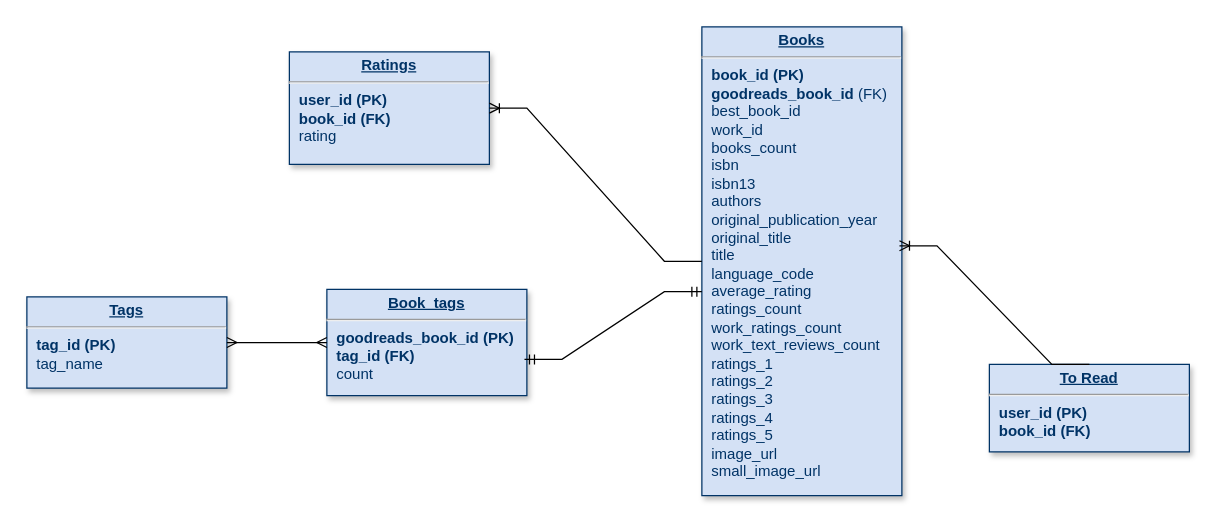
This is Untitled Diagram.drawio from Yara484/Proejcts-Architectures, a draw.io file, before an edit. Source tidied: cells renumbered, new cells numbered last; positions are measured from the earlier drawing's top-left corner, leaving out a move shared by most shapes. Both pictures are drawn from the tidied source at 125%, with x=0, y=0 at pixel (26, 26).
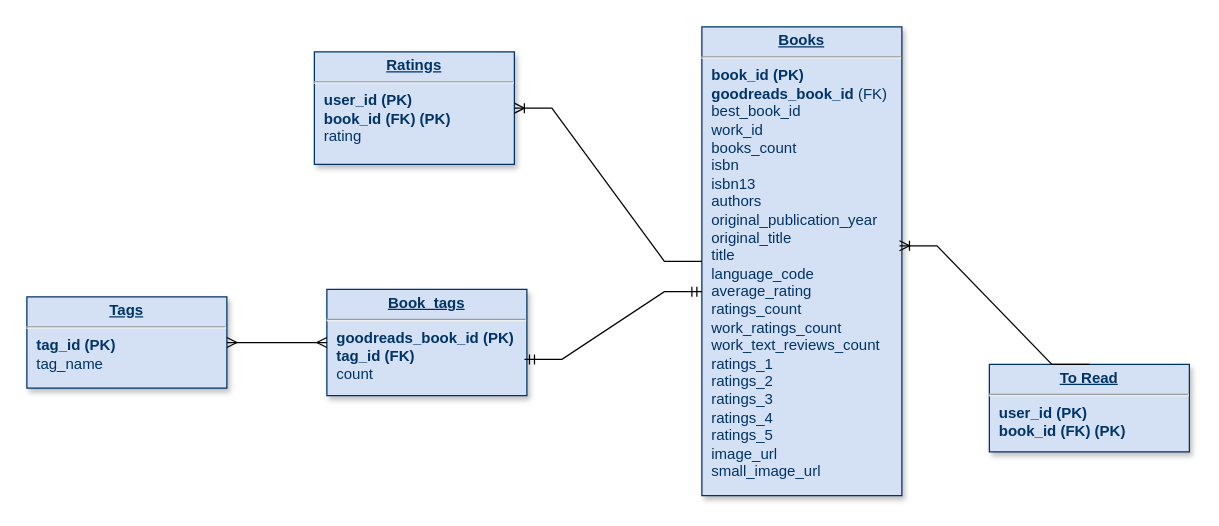
Above is the later version.

Diff of the diagram source:
```diff
@@
 <mxGraphModel>
   <root>
     <mxCell id="0" />
     <mxCell id="1" parent="0" />
-    <mxCell id="2" value="&lt;p style=&quot;margin: 0px; margin-top: 4px; text-align: center; text-decoration: underline;&quot;&gt;&lt;b&gt;Ratings&lt;/b&gt;&lt;/p&gt;&lt;hr&gt;&lt;p style=&quot;margin: 0px; margin-left: 8px;&quot;&gt;&lt;b&gt;user_id (PK)&lt;/b&gt;&lt;/p&gt;&lt;p style=&quot;margin: 0px; margin-left: 8px;&quot;&gt;&lt;b&gt;book_id (FK)&lt;/b&gt;&lt;/p&gt;&lt;p style=&quot;margin: 0px; margin-left: 8px;&quot;&gt;rating&lt;/p&gt;" style="verticalAlign=top;align=left;overflow=fill;fontSize=12;fontFamily=Helvetica;html=1;strokeColor=#003366;shadow=1;fillColor=#D4E1F5;fontColor=#003366;" parent="1" vertex="1">
-      <mxGeometry x="210" y="20" width="160" height="90" as="geometry" />
+    <mxCell id="2" value="&lt;p style=&quot;margin: 0px; margin-top: 4px; text-align: center; text-decoration: underline;&quot;&gt;&lt;b&gt;Ratings&lt;/b&gt;&lt;/p&gt;&lt;hr&gt;&lt;p style=&quot;margin: 0px; margin-left: 8px;&quot;&gt;&lt;b&gt;user_id (PK)&lt;/b&gt;&lt;/p&gt;&lt;p style=&quot;margin: 0px; margin-left: 8px;&quot;&gt;&lt;b&gt;book_id (FK) (PK)&lt;/b&gt;&lt;/p&gt;&lt;p style=&quot;margin: 0px; margin-left: 8px;&quot;&gt;rating&lt;/p&gt;" style="verticalAlign=top;align=left;overflow=fill;fontSize=12;fontFamily=Helvetica;html=1;strokeColor=#003366;shadow=1;fillColor=#D4E1F5;fontColor=#003366;" parent="1" vertex="1">
+      <mxGeometry x="230" y="20" width="160" height="90" as="geometry" />
     </mxCell>
     <mxCell id="3" value="&lt;p style=&quot;margin: 0px; margin-top: 4px; text-align: center; text-decoration: underline;&quot;&gt;&lt;b&gt;Book_tags&lt;/b&gt;&lt;/p&gt;&lt;hr&gt;&lt;p style=&quot;margin: 0px; margin-left: 8px;&quot;&gt;&lt;b&gt;goodreads_book_id (PK)&lt;/b&gt;&lt;/p&gt;&lt;p style=&quot;margin: 0px; margin-left: 8px;&quot;&gt;&lt;b&gt;tag_id (FK)&lt;/b&gt;&lt;/p&gt;&lt;p style=&quot;margin: 0px; margin-left: 8px;&quot;&gt;count&lt;/p&gt;&lt;p style=&quot;margin: 0px; margin-left: 8px;&quot;&gt;&lt;br&gt;&lt;/p&gt;&lt;p style=&quot;margin: 0px; margin-left: 8px;&quot;&gt;&lt;br&gt;&lt;/p&gt;" style="verticalAlign=top;align=left;overflow=fill;fontSize=12;fontFamily=Helvetica;html=1;strokeColor=#003366;shadow=1;fillColor=#D4E1F5;fontColor=#003366;" parent="1" vertex="1">
       <mxGeometry x="240" y="210" width="160" height="85" as="geometry" />
     </mxCell>
-    <mxCell id="4" value="&lt;p style=&quot;margin: 0px; margin-top: 4px; text-align: center; text-decoration: underline;&quot;&gt;&lt;b&gt;To Read&lt;/b&gt;&lt;/p&gt;&lt;hr&gt;&lt;p style=&quot;margin: 0px; margin-left: 8px;&quot;&gt;&lt;b&gt;user_id (PK)&lt;/b&gt;&lt;/p&gt;&lt;p style=&quot;margin: 0px; margin-left: 8px;&quot;&gt;&lt;b&gt;book_id (FK)&lt;/b&gt;&lt;/p&gt;" style="verticalAlign=top;align=left;overflow=fill;fontSize=12;fontFamily=Helvetica;html=1;strokeColor=#003366;shadow=1;fillColor=#D4E1F5;fontColor=#003366;" parent="1" vertex="1">
+    <mxCell id="4" value="&lt;p style=&quot;margin: 0px; margin-top: 4px; text-align: center; text-decoration: underline;&quot;&gt;&lt;b&gt;To Read&lt;/b&gt;&lt;/p&gt;&lt;hr&gt;&lt;p style=&quot;margin: 0px; margin-left: 8px;&quot;&gt;&lt;b&gt;user_id (PK)&lt;/b&gt;&lt;/p&gt;&lt;p style=&quot;margin: 0px; margin-left: 8px;&quot;&gt;&lt;b&gt;book_id (FK) (PK)&lt;/b&gt;&lt;/p&gt;" style="verticalAlign=top;align=left;overflow=fill;fontSize=12;fontFamily=Helvetica;html=1;strokeColor=#003366;shadow=1;fillColor=#D4E1F5;fontColor=#003366;" parent="1" vertex="1">
       <mxGeometry x="770" y="270" width="160" height="70" as="geometry" />
     </mxCell>
     <mxCell id="5" value="&lt;p style=&quot;margin: 0px; margin-top: 4px; text-align: center; text-decoration: underline;&quot;&gt;&lt;b&gt;Tags&lt;/b&gt;&lt;/p&gt;&lt;hr&gt;&lt;p style=&quot;margin: 0px; margin-left: 8px;&quot;&gt;&lt;b&gt;tag_id (PK)&lt;/b&gt;&lt;/p&gt;&lt;p style=&quot;margin: 0px; margin-left: 8px;&quot;&gt;tag_name&lt;/p&gt;&lt;p style=&quot;margin: 0px; margin-left: 8px;&quot;&gt;&lt;br&gt;&lt;/p&gt;" style="verticalAlign=top;align=left;overflow=fill;fontSize=12;fontFamily=Helvetica;html=1;strokeColor=#003366;shadow=1;fillColor=#D4E1F5;fontColor=#003366;" parent="1" vertex="1">
       <mxGeometry y="216" width="160" height="73" as="geometry" />
     </mxCell>
     <mxCell id="6" value="&lt;p style=&quot;margin: 0px; margin-top: 4px; text-align: center; text-decoration: underline;&quot;&gt;&lt;b&gt;Books&lt;/b&gt;&lt;/p&gt;&lt;hr&gt;&lt;p style=&quot;margin: 0px; margin-left: 8px;&quot;&gt;&lt;b&gt;book_id (PK)&lt;/b&gt;&lt;/p&gt;&lt;p style=&quot;margin: 0px; margin-left: 8px;&quot;&gt;&lt;b&gt;goodreads_book_id &lt;/b&gt;(FK)&lt;/p&gt;&lt;p style=&quot;margin: 0px; margin-left: 8px;&quot;&gt;best_book_id&lt;/p&gt;&lt;p style=&quot;margin: 0px; margin-left: 8px;&quot;&gt;work_id&lt;/p&gt;&lt;p style=&quot;margin: 0px; margin-left: 8px;&quot;&gt;books_count&lt;/p&gt;&lt;p style=&quot;margin: 0px; margin-left: 8px;&quot;&gt;isbn&lt;/p&gt;&lt;p style=&quot;margin: 0px; margin-left: 8px;&quot;&gt;isbn13&lt;/p&gt;&lt;p style=&quot;margin: 0px; margin-left: 8px;&quot;&gt;authors&lt;/p&gt;&lt;p style=&quot;margin: 0px; margin-left: 8px;&quot;&gt;original_publication_year&lt;/p&gt;&lt;p style=&quot;margin: 0px; margin-left: 8px;&quot;&gt;original_title&lt;/p&gt;&lt;p style=&quot;margin: 0px; margin-left: 8px;&quot;&gt;title&lt;/p&gt;&lt;p style=&quot;margin: 0px; margin-left: 8px;&quot;&gt;language_code&lt;/p&gt;&lt;p style=&quot;margin: 0px; margin-left: 8px;&quot;&gt;average_rating&lt;/p&gt;&lt;p style=&quot;margin: 0px; margin-left: 8px;&quot;&gt;ratings_count&lt;/p&gt;&lt;p style=&quot;margin: 0px; margin-left: 8px;&quot;&gt;work_ratings_count&lt;/p&gt;&lt;p style=&quot;margin: 0px; margin-left: 8px;&quot;&gt;work_text_reviews_count&lt;/p&gt;&lt;p style=&quot;margin: 0px; margin-left: 8px;&quot;&gt;ratings_1&lt;/p&gt;&lt;p style=&quot;margin: 0px; margin-left: 8px;&quot;&gt;ratings_2&lt;br&gt;&lt;/p&gt;&lt;p style=&quot;margin: 0px; margin-left: 8px;&quot;&gt;ratings_3&lt;br&gt;&lt;/p&gt;&lt;p style=&quot;margin: 0px; margin-left: 8px;&quot;&gt;ratings_4&lt;br&gt;&lt;/p&gt;&lt;p style=&quot;margin: 0px; margin-left: 8px;&quot;&gt;ratings_5&lt;br&gt;&lt;/p&gt;&lt;p style=&quot;margin: 0px; margin-left: 8px;&quot;&gt;image_url&lt;/p&gt;&lt;p style=&quot;margin: 0px; margin-left: 8px;&quot;&gt;small_image_url&lt;/p&gt;&lt;p style=&quot;margin: 0px; margin-left: 8px;&quot;&gt;&lt;br&gt;&lt;/p&gt;" style="verticalAlign=top;align=left;overflow=fill;fontSize=12;fontFamily=Helvetica;html=1;strokeColor=#003366;shadow=1;fillColor=#D4E1F5;fontColor=#003366;" parent="1" vertex="1">
       <mxGeometry x="540" width="160" height="375" as="geometry" />
     </mxCell>
     <mxCell id="7" style="edgeStyle=entityRelationEdgeStyle;fontSize=12;html=1;endArrow=ERoneToMany;rounded=0;entryX=1;entryY=0.5;entryDx=0;entryDy=0;" parent="1" edge="1" source="6" target="2">
       <mxGeometry relative="1" as="geometry">
         <Array as="points">
           <mxPoint x="430" y="310" />
           <mxPoint x="310" y="190" />
           <mxPoint x="320" y="220" />
           <mxPoint x="330" y="210" />
         </Array>
       </mxGeometry>
     </mxCell>
     <mxCell id="8" style="edgeStyle=entityRelationEdgeStyle;fontSize=12;html=1;endArrow=ERoneToMany;rounded=0;entryX=0.988;entryY=0.467;entryDx=0;entryDy=0;exitX=0.5;exitY=0;exitDx=0;exitDy=0;entryPerimeter=0;" parent="1" edge="1" source="4" target="6">
       <mxGeometry relative="1" as="geometry">
         <Array as="points">
           <mxPoint x="880" y="325" />
           <mxPoint x="760" y="205" />
           <mxPoint x="770" y="235" />
           <mxPoint x="780" y="225" />
         </Array>
       </mxGeometry>
     </mxCell>
     <mxCell id="9" style="edgeStyle=entityRelationEdgeStyle;fontSize=12;html=1;endArrow=ERmany;startArrow=ERmany;rounded=0;entryX=0;entryY=0.5;entryDx=0;entryDy=0;exitX=1;exitY=0.5;exitDx=0;exitDy=0;" parent="1" edge="1" source="5" target="3">
       <mxGeometry relative="1" as="geometry" />
     </mxCell>
     <mxCell id="10" style="edgeStyle=entityRelationEdgeStyle;fontSize=12;html=1;endArrow=ERmandOne;startArrow=ERmandOne;rounded=0;exitX=0.988;exitY=0.659;exitDx=0;exitDy=0;exitPerimeter=0;entryX=0;entryY=0.565;entryDx=0;entryDy=0;entryPerimeter=0;" parent="1" edge="1" source="3" target="6">
       <mxGeometry relative="1" as="geometry" />
     </mxCell>
   </root>
 </mxGraphModel>
```
